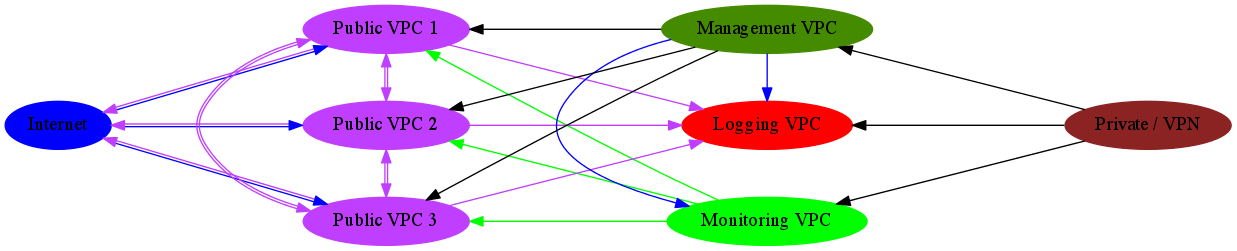
Above: docs/overall_layout.png in jpancoast/cloudsetup (Graphviz), before the change. Its source is kept beside it as docs/overall_layout.dot.
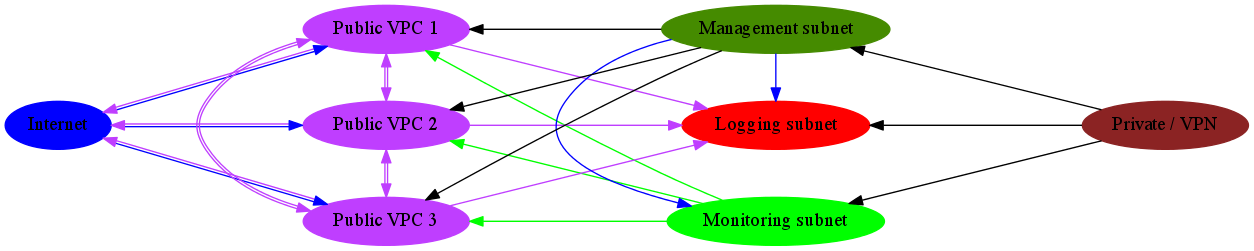
After the change.

The edit, as a diff of the source:
```diff
@@ -3,8 +3,8 @@
     rankdir = LR
 
     Internet [ color = blue, style = filled ]
-    "Monitoring VPC" [ color = green, style = filled ]
-    "Logging VPC" [ color = red, style = filled ]
+    "Monitoring subnet" [ color = green, style = filled ]
+    "Logging subnet" [ color = red, style = filled ]
 
     "Public VPC 1" [ color = "darkorchid1", style = filled ]
     "Public VPC 2" [ color = "darkorchid1", style = filled ]
@@ -12,7 +12,7 @@
 
     "Private / VPN" [ color = "brown4", style = filled ]
 
-    "Management VPC" [ color = "chartreuse4", style = filled ]
+    "Management subnet" [ color = "chartreuse4", style = filled ]
 
     ranksep = 2.0
     nodesep = .5
@@ -35,7 +35,7 @@
 
     {
         rank = same;
-        "Monitoring VPC"; "Logging VPC"; "Management VPC";
+        "Monitoring subnet"; "Logging subnet"; "Management subnet";
     }
 
     {
@@ -48,22 +48,22 @@
     "Public VPC 1" -> "Public VPC 3" [dir=both color="darkorchid1:darkorchid1"];
     "Public VPC 2" -> "Public VPC 3" [dir=both color="darkorchid1:darkorchid1"];
 
-    "Management VPC" -> "Monitoring VPC" [ color="blue" ];
-    "Management VPC" -> "Logging VPC" [ color="blue" ];
+    "Management subnet" -> "Monitoring subnet" [ color="blue" ];
+    "Management subnet" -> "Logging subnet" [ color="blue" ];
 
-    "Private / VPN" -> "Monitoring VPC"
-    "Private / VPN" -> "Logging VPC"
-    "Private / VPN" -> "Management VPC"
+    "Private / VPN" -> "Monitoring subnet"
+    "Private / VPN" -> "Logging subnet"
+    "Private / VPN" -> "Management subnet"
 
-    "Management VPC" -> "Public VPC 1"
-    "Management VPC" -> "Public VPC 2"
-    "Management VPC" -> "Public VPC 3"
+    "Management subnet" -> "Public VPC 1"
+    "Management subnet" -> "Public VPC 2"
+    "Management subnet" -> "Public VPC 3"
 
-    "Monitoring VPC" -> "Public VPC 1" [ color="green"];
-    "Monitoring VPC" -> "Public VPC 2" [ color="green"];
-    "Monitoring VPC" -> "Public VPC 3" [ color="green"];
+    "Monitoring subnet" -> "Public VPC 1" [ color="green"];
+    "Monitoring subnet" -> "Public VPC 2" [ color="green"];
+    "Monitoring subnet" -> "Public VPC 3" [ color="green"];
 
-    "Public VPC 1" -> "Logging VPC" [ color = "darkorchid1" ];
-    "Public VPC 2" -> "Logging VPC" [ color = "darkorchid1" ];
-    "Public VPC 3" -> "Logging VPC" [ color = "darkorchid1" ];
+    "Public VPC 1" -> "Logging subnet" [ color = "darkorchid1" ];
+    "Public VPC 2" -> "Logging subnet" [ color = "darkorchid1" ];
+    "Public VPC 3" -> "Logging subnet" [ color = "darkorchid1" ];
 }
```
